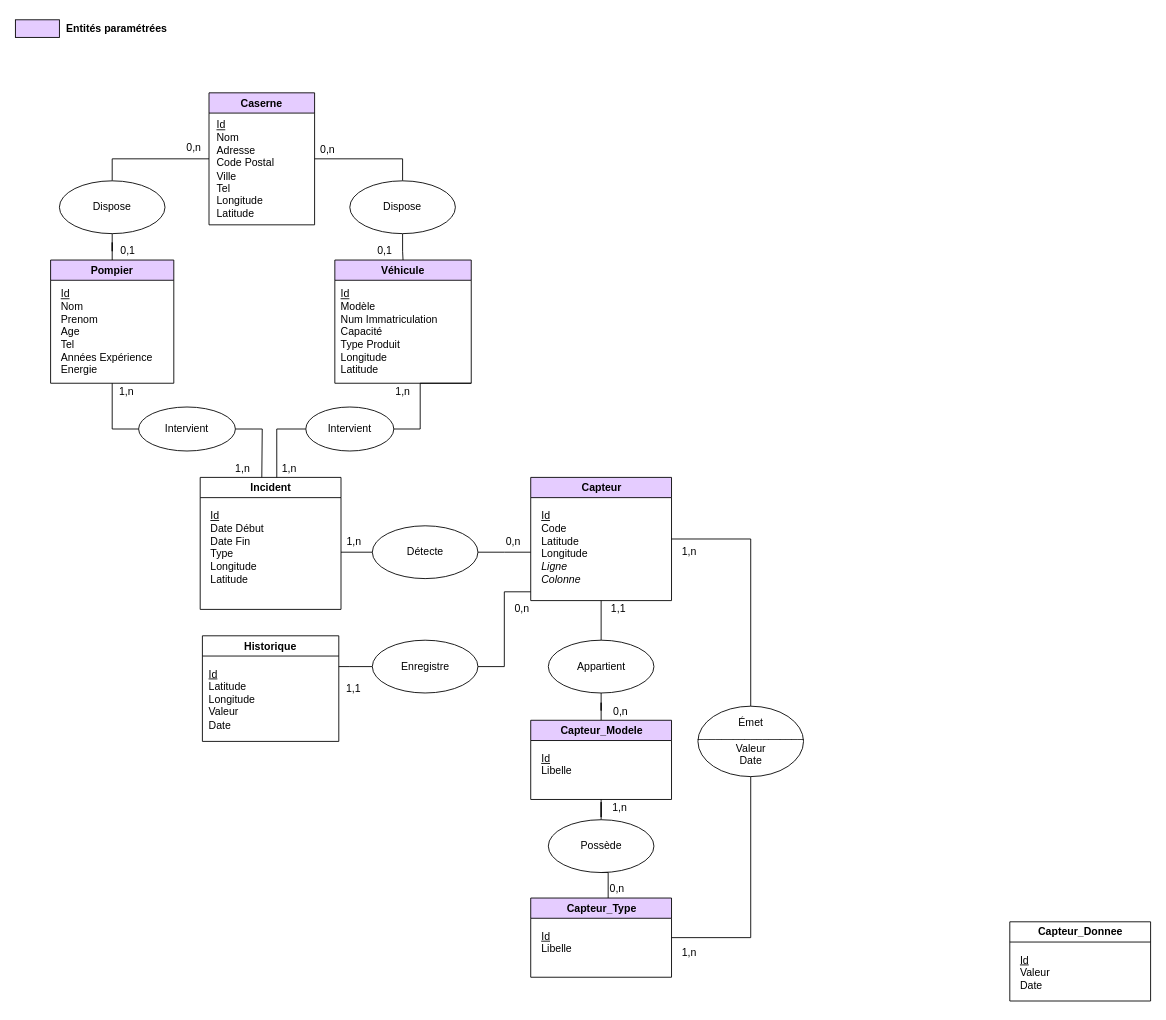
Before: Conception/MCD Emergency.drawio in GOROVSKY/projet-scientifique, a draw.io diagram. Source tidied: cells renumbered, new cells numbered last; positions are measured from the earlier drawing's top-left corner, leaving out a move shared by most shapes. Both pictures are drawn from the tidied source at 88%, with x=0, y=0 at pixel (15, 15).
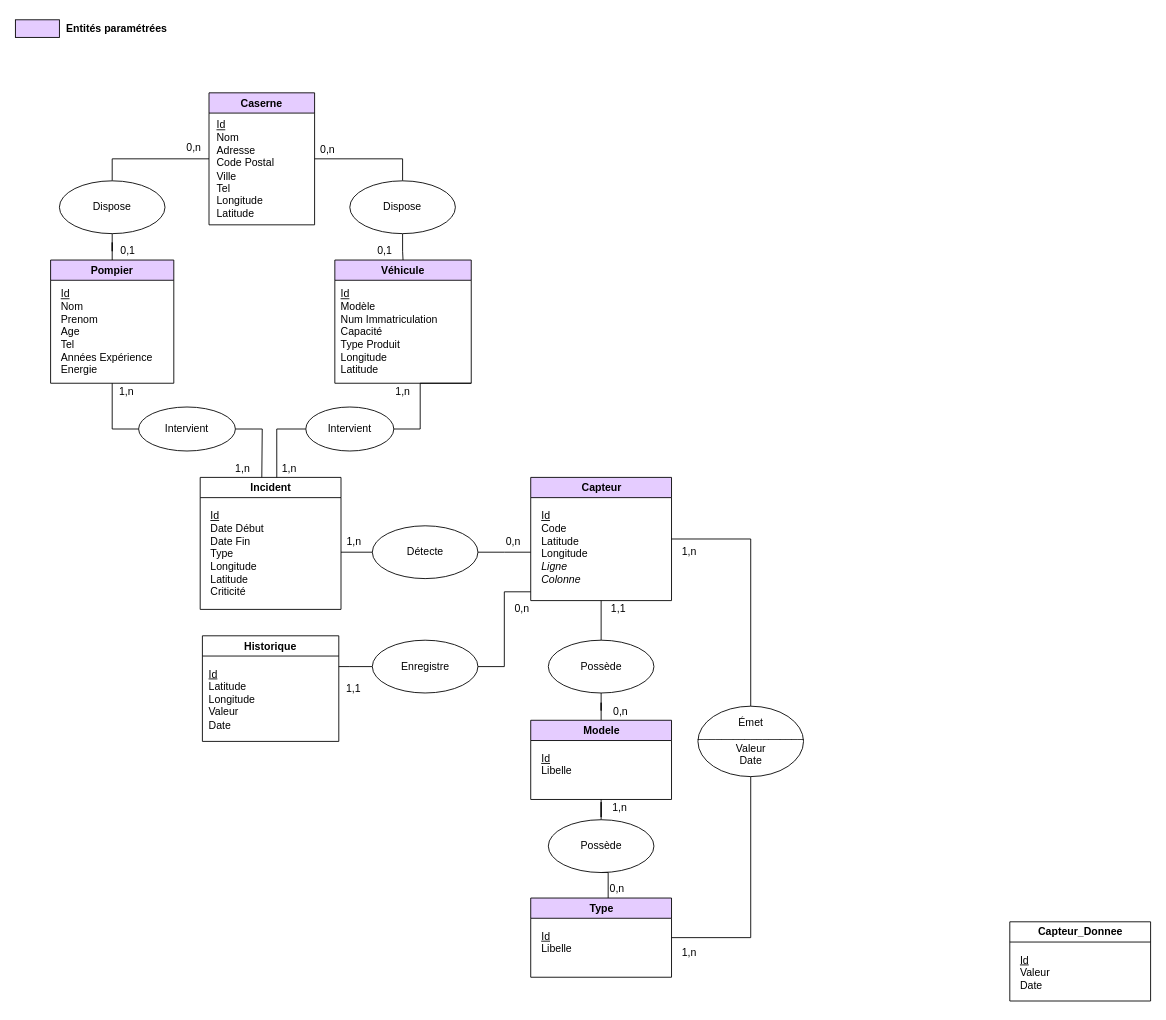
The same diagram, later.

Commit message (it also covers changes not shown here):
MCD/MLD Simulator

The change refers to these unchanged cells:
```xml
<mxCell id="19" value="Incident" style="swimlane;fontFamily=Helvetica;fontSize=12;fontColor=default;fillColor=none;gradientColor=none;html=1;" parent="1" vertex="1">
  <mxGeometry x="210" y="525" width="160" height="150" as="geometry" />
</mxCell>
```

The edit, as a diff of the source:
```diff
@@
-    <mxCell id="20" value="&lt;div align=&quot;left&quot;&gt;&lt;u&gt;Id&lt;/u&gt;&lt;/div&gt;&lt;div&gt;Date Début&lt;/div&gt;&lt;div&gt;Date Fin&lt;/div&gt;&lt;div&gt;Type&lt;/div&gt;&lt;div&gt;Longitude&lt;/div&gt;&lt;div&gt;Latitude&lt;br&gt;&lt;/div&gt;" style="text;html=1;align=left;verticalAlign=top;strokeColor=none;fillColor=none;" parent="19" vertex="1">
-      <mxGeometry x="10" y="30" width="80" height="90" as="geometry" />
+    <mxCell id="20" value="&lt;div align=&quot;left&quot;&gt;&lt;u&gt;Id&lt;/u&gt;&lt;/div&gt;&lt;div&gt;Date Début&lt;/div&gt;&lt;div&gt;Date Fin&lt;/div&gt;&lt;div&gt;Type&lt;/div&gt;&lt;div&gt;Longitude&lt;/div&gt;&lt;div&gt;Latitude&lt;br&gt;&lt;/div&gt;&lt;div&gt;Criticité&lt;br&gt;&lt;/div&gt;" style="text;html=1;align=left;verticalAlign=top;strokeColor=none;fillColor=none;" parent="19" vertex="1">
+      <mxGeometry x="10" y="30" width="80" height="100" as="geometry" />
     </mxCell>
@@
-    <mxCell id="33" value="Capteur_Type" style="swimlane;fontFamily=Helvetica;fontSize=12;fontColor=default;fillColor=#E5CCFF;gradientColor=none;html=1;" parent="1" vertex="1">
+    <mxCell id="33" value="Type" style="swimlane;fontFamily=Helvetica;fontSize=12;fontColor=default;fillColor=#E5CCFF;gradientColor=none;html=1;" parent="1" vertex="1">
       <mxGeometry x="585.6" y="1003" width="160" height="90" as="geometry" />
     </mxCell>
@@
-    <mxCell id="37" value="Appartient" style="ellipse;whiteSpace=wrap;html=1;" parent="1" vertex="1">
+    <mxCell id="37" value="Possède" style="ellipse;whiteSpace=wrap;html=1;" parent="1" vertex="1">
       <mxGeometry x="605.6" y="710" width="120" height="60" as="geometry" />
     </mxCell>
@@
-    <mxCell id="56" value="&lt;div&gt;Capteur_Modele&lt;/div&gt;" style="swimlane;fontFamily=Helvetica;fontSize=12;fontColor=default;fillColor=#E5CCFF;gradientColor=none;html=1;" parent="1" vertex="1">
+    <mxCell id="56" value="&lt;div&gt;Modele&lt;/div&gt;" style="swimlane;fontFamily=Helvetica;fontSize=12;fontColor=default;fillColor=#E5CCFF;gradientColor=none;html=1;" parent="1" vertex="1">
       <mxGeometry x="585.6" y="801" width="160" height="90" as="geometry" />
     </mxCell>
```
